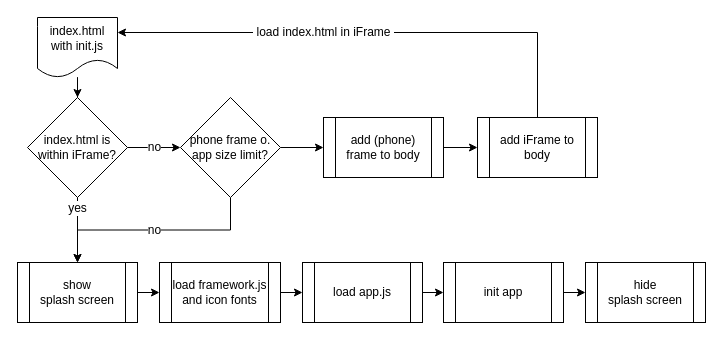
thinkingmonkey00/app-framework keeps this draw.io diagram as media/loadingSequence.drawio.xml. Above is the earlier version. Source tidied: cells renumbered, new cells numbered last; positions are measured from the earlier drawing's top-left corner, leaving out a move shared by most shapes. Both pictures are drawn from the tidied source at 100%, with x=0, y=0 at pixel (17, 17).
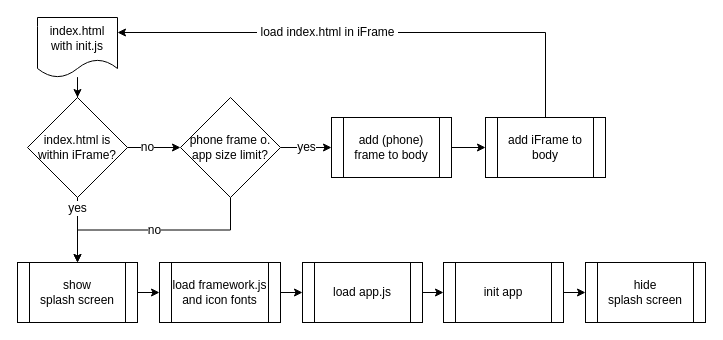
The same page after the edit.

The change refers to these unchanged cells:
```xml
<mxCell id="6" value="phone frame o.&lt;div&gt;app size limit?&lt;/div&gt;" style="rhombus;whiteSpace=wrap;html=1;" parent="1" vertex="1">
  <mxGeometry x="163" y="80" width="100" height="100" as="geometry" />
</mxCell>
<mxCell id="10" value="index.html is within iFrame?" style="rhombus;whiteSpace=wrap;html=1;fontSize=12;" parent="1" vertex="1">
  <mxGeometry x="10" y="80" width="100" height="100" as="geometry" />
</mxCell>
```

Diff of the diagram source:
```diff
@@
-    <mxCell id="5" style="edgeStyle=orthogonalEdgeStyle;rounded=0;html=1;exitX=1;exitY=0.5;entryX=0;entryY=0.5;jettySize=auto;fontSize=12;" parent="1" edge="1" source="6" target="24">
+    <mxCell id="5" value="yes" style="edgeStyle=orthogonalEdgeStyle;rounded=0;html=1;exitX=1;exitY=0.5;entryX=0;entryY=0.5;jettySize=auto;fontSize=12;" parent="1" edge="1" source="6" target="24">
       <mxGeometry relative="1" as="geometry" />
     </mxCell>
@@
     <mxCell id="9" value="no" style="edgeStyle=orthogonalEdgeStyle;rounded=0;html=1;exitX=1;exitY=0.5;entryX=0;entryY=0.5;jettySize=auto;fontSize=12;" parent="1" edge="1" source="10" target="6">
-      <mxGeometry relative="1" as="geometry">
+      <mxGeometry x="-0.25" relative="1" as="geometry">
         <Array as="points">
           <mxPoint x="130" y="130" />
           <mxPoint x="130" y="130" />
         </Array>
       </mxGeometry>
     </mxCell>
@@
     <mxCell id="13" value="add iFrame to body" style="shape=process;whiteSpace=wrap;html=1;fontSize=12;" parent="1" vertex="1">
-      <mxGeometry x="460" y="100" width="120" height="60" as="geometry" />
+      <mxGeometry x="468" y="100" width="120" height="60" as="geometry" />
     </mxCell>
@@
     <mxCell id="24" value="add (&lt;span&gt;phone) frame to body&lt;/span&gt;" style="shape=process;whiteSpace=wrap;html=1;fontSize=12;" parent="1" vertex="1">
-      <mxGeometry x="306" y="100" width="120" height="60" as="geometry" />
+      <mxGeometry x="314" y="100" width="120" height="60" as="geometry" />
     </mxCell>
```
